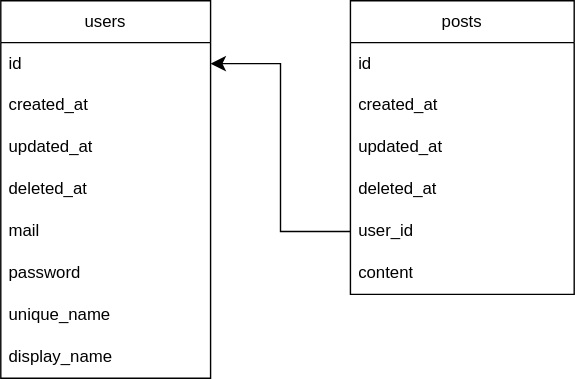
The draw.io diagram app.drawio.svg in MovingPointP/Tategoto, before a commit. Source tidied: cells renumbered, new cells last; positions are measured from the earlier drawing's top-left corner, leaving out a move shared by most shapes.
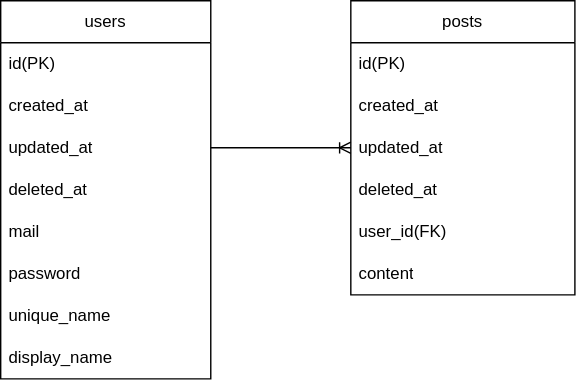
Above is the later version.

Change to the diagram source:
```diff
@@ -5,7 +5,7 @@
     <mxCell id="2" value="users" style="swimlane;fontStyle=0;horizontal=1;startSize=30;whiteSpace=wrap;html=1;" parent="1" vertex="1">
       <mxGeometry width="150" height="270" as="geometry" />
     </mxCell>
-    <mxCell id="3" value="id" style="text;strokeColor=none;fillColor=none;align=left;verticalAlign=middle;spacingLeft=4;spacingRight=4;overflow=hidden;points=[[0,0.5],[1,0.5]];portConstraint=eastwest;whiteSpace=wrap;html=1;" parent="2" vertex="1">
+    <mxCell id="3" value="id(PK)" style="text;strokeColor=none;fillColor=none;align=left;verticalAlign=middle;spacingLeft=4;spacingRight=4;overflow=hidden;points=[[0,0.5],[1,0.5]];portConstraint=eastwest;whiteSpace=wrap;html=1;" parent="2" vertex="1">
       <mxGeometry y="30" width="150" height="30" as="geometry" />
     </mxCell>
     <mxCell id="4" value="created_at" style="text;strokeColor=none;fillColor=none;align=left;verticalAlign=middle;spacingLeft=4;spacingRight=4;overflow=hidden;whiteSpace=wrap;html=1;" parent="2" vertex="1">
@@ -32,7 +32,7 @@
     <mxCell id="11" value="posts" style="swimlane;fontStyle=0;horizontal=1;startSize=30;whiteSpace=wrap;html=1;" parent="1" vertex="1">
       <mxGeometry x="250" width="160" height="210" as="geometry" />
     </mxCell>
-    <mxCell id="12" value="id" style="text;strokeColor=none;fillColor=none;align=left;verticalAlign=middle;spacingLeft=4;spacingRight=4;overflow=hidden;whiteSpace=wrap;html=1;" parent="11" vertex="1">
+    <mxCell id="12" value="id(PK)" style="text;strokeColor=none;fillColor=none;align=left;verticalAlign=middle;spacingLeft=4;spacingRight=4;overflow=hidden;whiteSpace=wrap;html=1;" parent="11" vertex="1">
       <mxGeometry y="30" width="160" height="30" as="geometry" />
     </mxCell>
     <mxCell id="13" value="created_at" style="text;strokeColor=none;fillColor=none;align=left;verticalAlign=middle;spacingLeft=4;spacingRight=4;overflow=hidden;whiteSpace=wrap;html=1;" parent="11" vertex="1">
@@ -44,14 +44,14 @@
     <mxCell id="15" value="deleted_at" style="text;strokeColor=none;fillColor=none;align=left;verticalAlign=middle;spacingLeft=4;spacingRight=4;overflow=hidden;whiteSpace=wrap;html=1;" parent="11" vertex="1">
       <mxGeometry y="120" width="160" height="30" as="geometry" />
     </mxCell>
-    <mxCell id="16" value="user_id" style="text;strokeColor=none;fillColor=none;align=left;verticalAlign=middle;spacingLeft=4;spacingRight=4;overflow=hidden;points=[[0,0.5],[1,0.5]];portConstraint=eastwest;whiteSpace=wrap;html=1;" parent="11" vertex="1">
+    <mxCell id="16" value="user_id(FK)" style="text;strokeColor=none;fillColor=none;align=left;verticalAlign=middle;spacingLeft=4;spacingRight=4;overflow=hidden;points=[[0,0.5],[1,0.5]];portConstraint=eastwest;whiteSpace=wrap;html=1;" parent="11" vertex="1">
       <mxGeometry y="150" width="160" height="30" as="geometry" />
     </mxCell>
     <mxCell id="17" value="content" style="text;strokeColor=none;fillColor=none;align=left;verticalAlign=middle;spacingLeft=4;spacingRight=4;overflow=hidden;whiteSpace=wrap;html=1;" parent="11" vertex="1">
       <mxGeometry y="180" width="160" height="30" as="geometry" />
     </mxCell>
-    <mxCell id="18" style="edgeStyle=elbowEdgeStyle;elbow=horizontal;endArrow=classic;html=1;curved=0;rounded=0;endSize=8;startSize=8;entryX=1;entryY=0.5;entryDx=0;entryDy=0;exitX=0;exitY=0.5;exitDx=0;exitDy=0;" parent="1" edge="1" source="16" target="3">
-      <mxGeometry relative="1" as="geometry" />
-    </mxCell>
+    <mxCell id="19" style="edgeStyle=entityRelationEdgeStyle;fontSize=12;html=1;endArrow=ERoneToMany;entryX=0;entryY=0.5;entryDx=0;entryDy=0;exitX=1;exitY=0.5;exitDx=0;exitDy=0;" parent="1" edge="1" source="5" target="14">
+      <mxGeometry relative="1" as="geometry" />
+    </mxCell>
   </root>
 </mxGraphModel>
```
